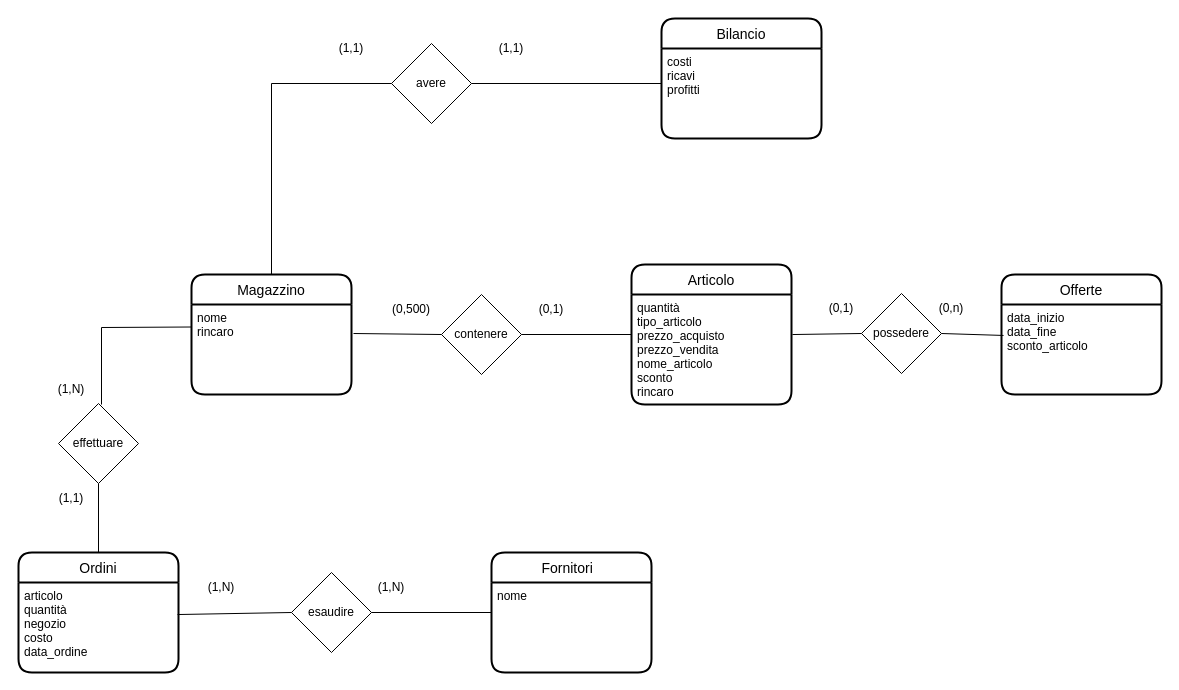
Bugigio/Negozi-Sportivi keeps this draw.io diagram as AccessPort.drawio. Above is the earlier version. Source tidied: cells renumbered, new cells numbered last; positions are measured from the earlier drawing's top-left corner, leaving out a move shared by most shapes. Both pictures are drawn from the tidied source at 100%, with x=0, y=0 at pixel (18, 18).
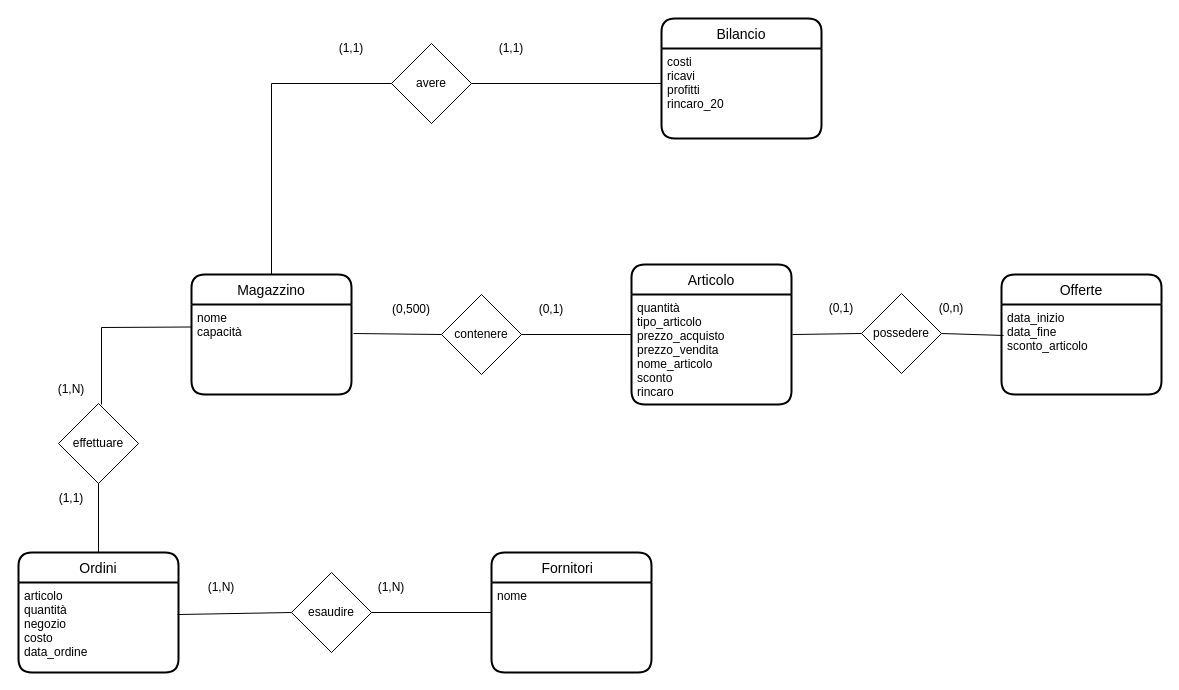
After the change.

Unchanged cells that the change refers to:
```xml
<mxCell id="16" value="Bilancio" style="swimlane;horizontal=1;startSize=30;rounded=1;fontSize=14;fontStyle=0;strokeWidth=2;shadow=0;dashed=0;align=center;fillColor=default;" parent="1" vertex="1">
  <mxGeometry x="643" width="160" height="120" as="geometry" />
</mxCell>
<mxCell id="22" value="Magazzino" style="swimlane;horizontal=1;startSize=30;rounded=1;fontSize=14;fontStyle=0;strokeWidth=2;shadow=0;dashed=0;align=center;fillColor=default;" parent="1" vertex="1">
  <mxGeometry x="173" y="256" width="160" height="120" as="geometry" />
</mxCell>
```

Change to the diagram source:
```diff
@@
-    <mxCell id="17" value="costi&#10;ricavi&#10;profitti" style="align=left;strokeColor=none;fillColor=none;spacingLeft=4;fontSize=12;verticalAlign=top;" parent="16" vertex="1">
+    <mxCell id="17" value="costi&#10;ricavi&#10;profitti&#10;rincaro_20" style="align=left;strokeColor=none;fillColor=none;spacingLeft=4;fontSize=12;verticalAlign=top;" parent="16" vertex="1">
       <mxGeometry y="30" width="160" height="90" as="geometry" />
     </mxCell>
@@
-    <mxCell id="23" value="nome&#10;rincaro&#10;&#10;" style="align=left;strokeColor=none;fillColor=none;spacingLeft=4;fontSize=12;verticalAlign=top;" parent="22" vertex="1">
+    <mxCell id="23" value="nome&#10;capacità" style="align=left;strokeColor=none;fillColor=none;spacingLeft=4;fontSize=12;verticalAlign=top;" parent="22" vertex="1">
       <mxGeometry y="30" width="160" height="90" as="geometry" />
     </mxCell>
```
